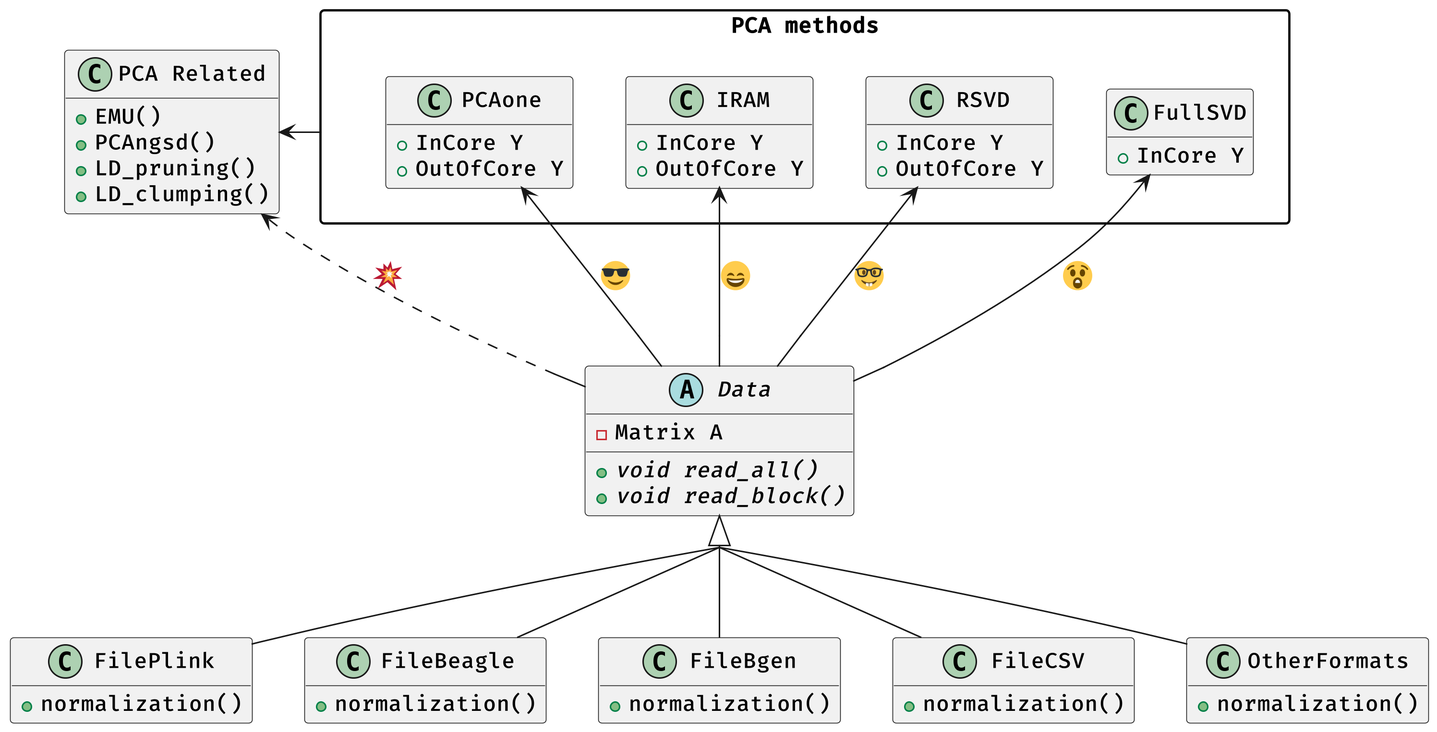
Before: misc/architecture.png, a diagram exported from PlantUML (Zilong-Li/PCAone).
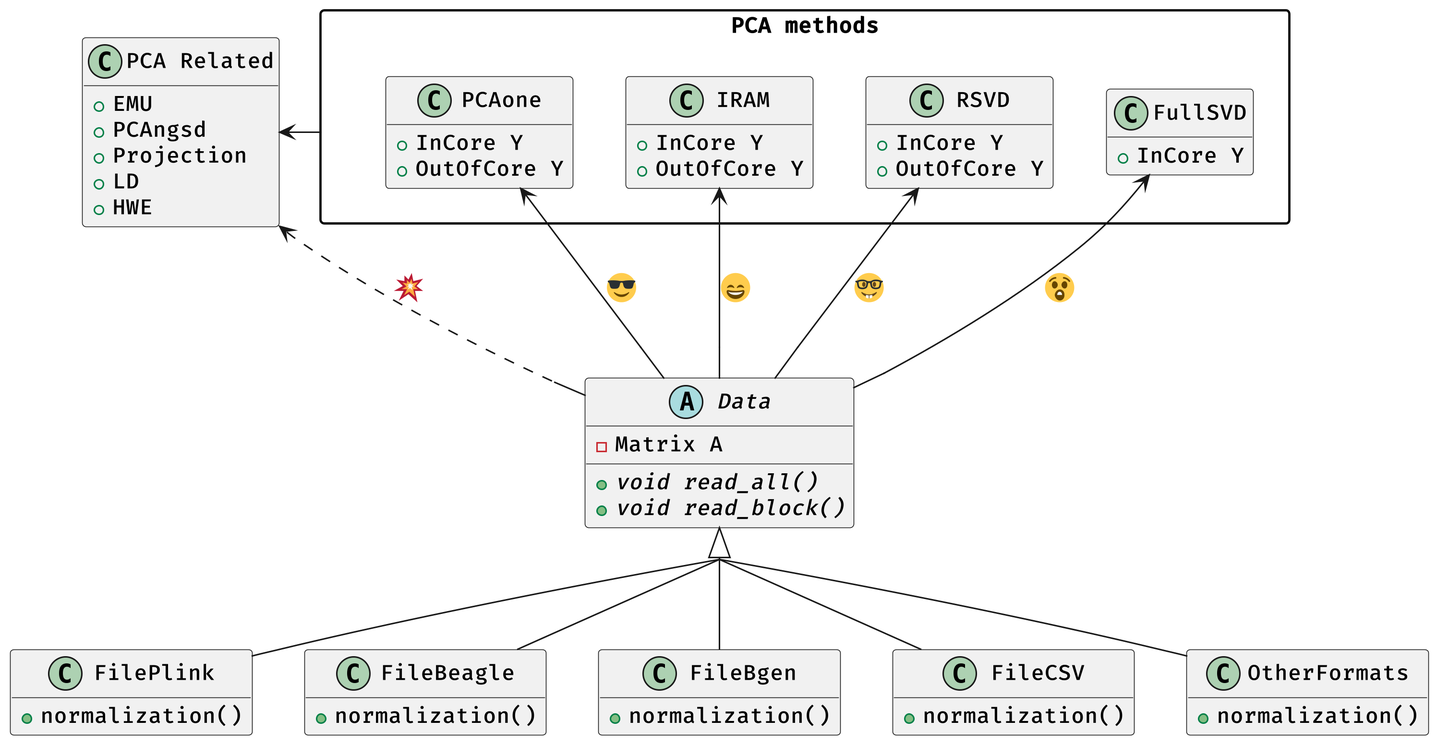
Above is the later version.

The edit, as a diff of the source:
```diff
@@ -49,10 +49,11 @@
 }
 
 class "PCA Related" as PCAem {
-  +EMU()
-  +PCAngsd()
-  +LD_pruning()
-  +LD_clumping()
+  +EMU
+  +PCAngsd
+  +Projection
+  +LD
+  +HWE
 }
 FullSVD <-- Data: <:astonished:>
 IRAM <-- Data: <:smile:>
```
